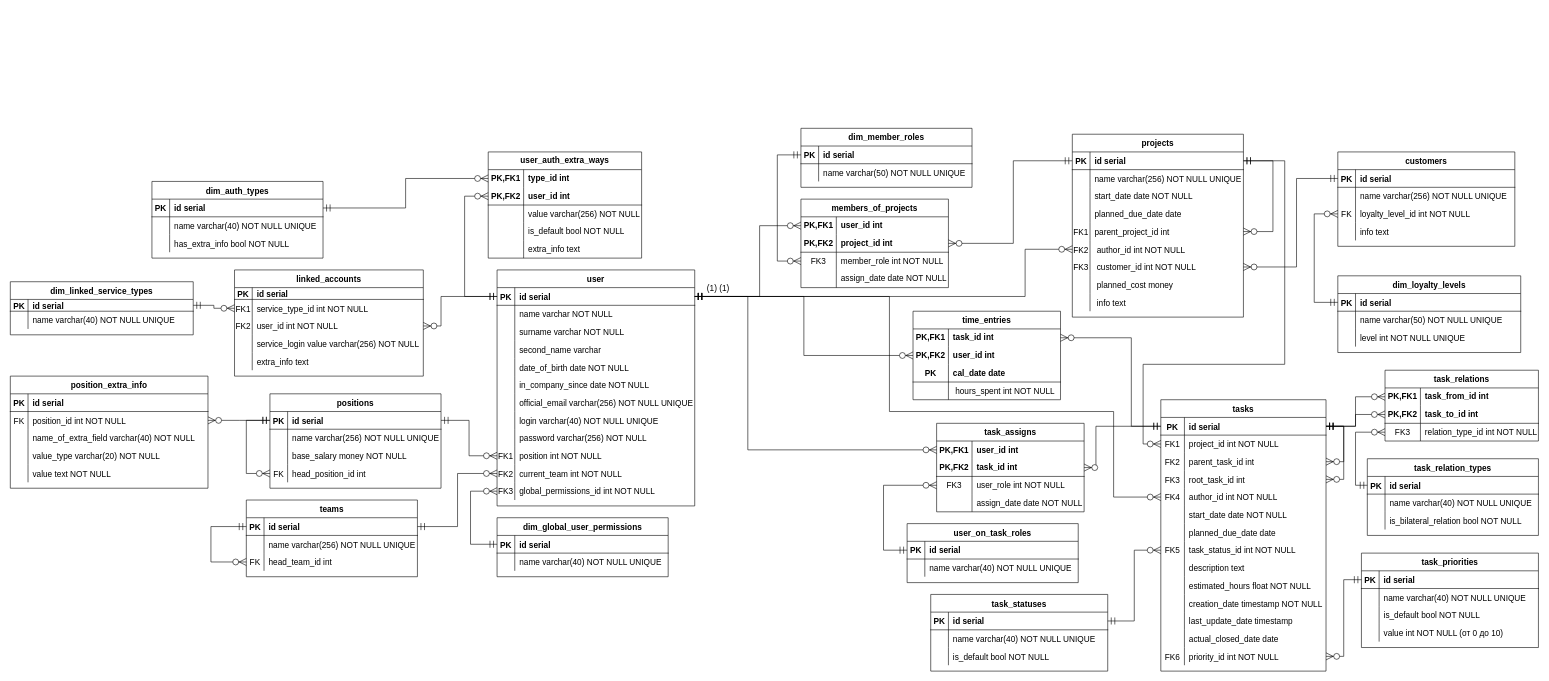
Before: Untitled Diagram.drawio in iREALLYhateGit/projecterDB, a draw.io diagram. Source tidied: cells renumbered, new cells numbered last; positions are measured from the earlier drawing's top-left corner, leaving out a move shared by most shapes. Both pictures are drawn from the tidied source at 59%, with x=0, y=0 at pixel (10, 128).
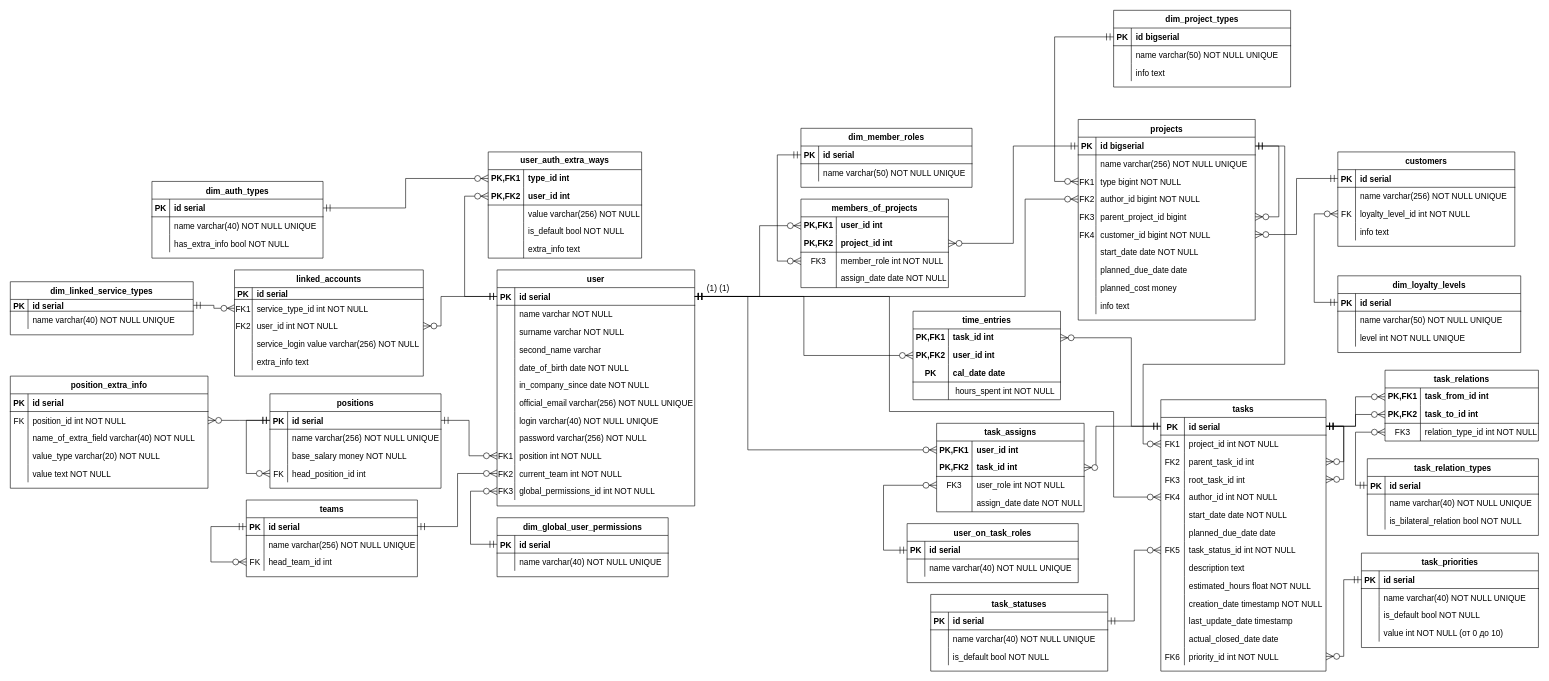
The same diagram, later.

The change refers to these unchanged cells:
```xml
<mxCell id="6" style="shape=partialRectangle;fillColor=none;points=[[0,0.5],[1,0.5]];portConstraint=eastwest;top=0;left=0;right=0;bottom=0;fontSize=14;" parent="2" vertex="1">
  <mxGeometry y="60" width="280" height="30" as="geometry" />
</mxCell>
```

Change to the diagram source:
```diff
@@
     <mxCell id="88" value="projects" style="shape=table;startSize=30;childLayout=tableLayout;rowLines=0;fontStyle=1;align=center;fontSize=14;" parent="1" vertex="1">
-      <mxGeometry x="1800" y="10" width="290" height="310" as="geometry" />
+      <mxGeometry x="1810" y="-15" width="300" height="340" as="geometry" />
     </mxCell>
     <mxCell id="89" style="shape=partialRectangle;fillColor=none;points=[[0,0.5],[1,0.5]];portConstraint=eastwest;top=0;left=0;right=0;bottom=1;fontSize=14;" parent="88" vertex="1">
-      <mxGeometry y="30" width="290" height="30" as="geometry" />
+      <mxGeometry y="30" width="300" height="30" as="geometry" />
     </mxCell>
@@
-    <mxCell id="91" value="id serial" style="shape=partialRectangle;overflow=hidden;fillColor=none;top=0;left=0;bottom=0;right=0;align=left;spacingLeft=6;fontStyle=1;fontSize=14;" parent="89" vertex="1">
-      <mxGeometry x="30" width="260" height="30" as="geometry" />
+    <mxCell id="91" value="id bigserial" style="shape=partialRectangle;overflow=hidden;fillColor=none;top=0;left=0;bottom=0;right=0;align=left;spacingLeft=6;fontStyle=1;fontSize=14;" parent="89" vertex="1">
+      <mxGeometry x="30" width="270" height="30" as="geometry" />
     </mxCell>
     <mxCell id="92" style="shape=partialRectangle;fillColor=none;top=0;left=0;right=0;bottom=0;fontSize=14;" parent="88" vertex="1">
-      <mxGeometry y="60" width="290" height="30" as="geometry" />
+      <mxGeometry y="60" width="300" height="30" as="geometry" />
     </mxCell>
@@
     <mxCell id="94" value="name varchar(256) NOT NULL UNIQUE" style="shape=partialRectangle;overflow=hidden;fillColor=none;top=0;left=0;bottom=0;right=0;align=left;spacingLeft=6;fontSize=14;" parent="92" vertex="1">
-      <mxGeometry x="30" width="260" height="30" as="geometry" />
+      <mxGeometry x="30" width="270" height="30" as="geometry" />
     </mxCell>
+    <mxCell id="356" style="shape=partialRectangle;fillColor=none;points=[[0,0.5],[1,0.5]];portConstraint=eastwest;top=0;left=0;right=0;bottom=0;fontSize=14;" parent="88" vertex="1">
+      <mxGeometry y="90" width="300" height="30" as="geometry" />
+    </mxCell>
+    <mxCell id="357" value="FK1" style="shape=partialRectangle;overflow=hidden;fillColor=none;top=0;left=0;bottom=0;right=0;fontSize=14;" parent="356" vertex="1">
+      <mxGeometry width="30" height="30" as="geometry" />
+    </mxCell>
+    <mxCell id="358" value="type bigint NOT NULL" style="shape=partialRectangle;overflow=hidden;fillColor=none;top=0;left=0;bottom=0;right=0;align=left;spacingLeft=6;fontSize=14;" parent="356" vertex="1">
+      <mxGeometry x="30" width="270" height="30" as="geometry" />
+    </mxCell>
+    <mxCell id="104" style="shape=partialRectangle;fillColor=none;points=[[0,0.5],[1,0.5]];portConstraint=eastwest;top=0;left=0;right=0;bottom=0;fontSize=14;" parent="88" vertex="1">
+      <mxGeometry y="120" width="300" height="30" as="geometry" />
+    </mxCell>
+    <mxCell id="105" value="FK2" style="shape=partialRectangle;overflow=hidden;fillColor=none;top=0;left=0;bottom=0;right=0;fontSize=14;" parent="104" vertex="1">
+      <mxGeometry width="30" height="30" as="geometry" />
+    </mxCell>
+    <mxCell id="106" value="author_id bigint NOT NULL" style="shape=partialRectangle;overflow=hidden;fillColor=none;top=0;left=0;bottom=0;right=0;align=left;spacingLeft=6;fontSize=14;" parent="104" vertex="1">
+      <mxGeometry x="30" width="270" height="30" as="geometry" />
+    </mxCell>
+    <mxCell id="101" style="shape=partialRectangle;fillColor=none;points=[[0,0.5],[1,0.5]];portConstraint=eastwest;top=0;left=0;right=0;bottom=0;fontSize=14;" parent="88" vertex="1">
+      <mxGeometry y="150" width="300" height="30" as="geometry" />
+    </mxCell>
+    <mxCell id="102" value="FK3" style="shape=partialRectangle;overflow=hidden;fillColor=none;top=0;left=0;bottom=0;right=0;fontSize=14;" parent="101" vertex="1">
+      <mxGeometry width="30" height="30" as="geometry" />
+    </mxCell>
+    <mxCell id="103" value="parent_project_id bigint" style="shape=partialRectangle;overflow=hidden;fillColor=none;top=0;left=0;bottom=0;right=0;align=left;spacingLeft=6;fontSize=14;" parent="101" vertex="1">
+      <mxGeometry x="30" width="270" height="30" as="geometry" />
+    </mxCell>
+    <mxCell id="107" style="shape=partialRectangle;fillColor=none;points=[[0,0.5],[1,0.5]];portConstraint=eastwest;top=0;left=0;right=0;bottom=0;fontSize=14;" parent="88" vertex="1">
+      <mxGeometry y="180" width="300" height="30" as="geometry" />
+    </mxCell>
+    <mxCell id="108" value="FK4" style="shape=partialRectangle;overflow=hidden;fillColor=none;top=0;left=0;bottom=0;right=0;fontSize=14;" parent="107" vertex="1">
+      <mxGeometry width="30" height="30" as="geometry" />
+    </mxCell>
+    <mxCell id="109" value="customer_id bigint NOT NULL" style="shape=partialRectangle;overflow=hidden;fillColor=none;top=0;left=0;bottom=0;right=0;align=left;spacingLeft=6;fontSize=14;" parent="107" vertex="1">
+      <mxGeometry x="30" width="270" height="30" as="geometry" />
+    </mxCell>
     <mxCell id="95" style="shape=partialRectangle;fillColor=none;top=0;left=0;right=0;bottom=0;fontSize=14;" parent="88" vertex="1">
-      <mxGeometry y="90" width="290" height="30" as="geometry" />
+      <mxGeometry y="210" width="300" height="30" as="geometry" />
     </mxCell>
@@
     <mxCell id="97" value="start_date date NOT NULL" style="shape=partialRectangle;overflow=hidden;fillColor=none;top=0;left=0;bottom=0;right=0;align=left;spacingLeft=6;fontSize=14;" parent="95" vertex="1">
-      <mxGeometry x="30" width="260" height="30" as="geometry" />
+      <mxGeometry x="30" width="270" height="30" as="geometry" />
     </mxCell>
     <mxCell id="98" style="shape=partialRectangle;fillColor=none;top=0;left=0;right=0;bottom=0;fontSize=14;" parent="88" vertex="1">
-      <mxGeometry y="120" width="290" height="30" as="geometry" />
+      <mxGeometry y="240" width="300" height="30" as="geometry" />
     </mxCell>
@@
     <mxCell id="100" value="planned_due_date date" style="shape=partialRectangle;overflow=hidden;fillColor=none;top=0;left=0;bottom=0;right=0;align=left;spacingLeft=6;fontSize=14;" parent="98" vertex="1">
-      <mxGeometry x="30" width="260" height="30" as="geometry" />
+      <mxGeometry x="30" width="270" height="30" as="geometry" />
     </mxCell>
-    <mxCell id="101" style="shape=partialRectangle;fillColor=none;points=[[0,0.5],[1,0.5]];portConstraint=eastwest;top=0;left=0;right=0;bottom=0;fontSize=14;" parent="88" vertex="1">
-      <mxGeometry y="150" width="290" height="30" as="geometry" />
-    </mxCell>
-    <mxCell id="102" value="FK1" style="shape=partialRectangle;overflow=hidden;fillColor=none;top=0;left=0;bottom=0;right=0;fontSize=14;" parent="101" vertex="1">
-      <mxGeometry width="30" height="30" as="geometry" />
-    </mxCell>
-    <mxCell id="103" value="parent_project_id int" style="shape=partialRectangle;overflow=hidden;fillColor=none;top=0;left=0;bottom=0;right=0;align=left;spacingLeft=6;fontSize=14;" parent="101" vertex="1">
-      <mxGeometry x="30" width="260" height="30" as="geometry" />
-    </mxCell>
-    <mxCell id="104" style="shape=partialRectangle;fillColor=none;points=[[0,0.5],[1,0.5]];portConstraint=eastwest;top=0;left=0;right=0;bottom=0;fontSize=14;" parent="88" vertex="1">
-      <mxGeometry y="180" width="290" height="30" as="geometry" />
-    </mxCell>
-    <mxCell id="105" value="FK2" style="shape=partialRectangle;overflow=hidden;fillColor=none;top=0;left=0;bottom=0;right=0;fontSize=14;" parent="104" vertex="1">
-      <mxGeometry width="30" height="30" as="geometry" />
-    </mxCell>
-    <mxCell id="106" value=" author_id int NOT NULL" style="shape=partialRectangle;overflow=hidden;fillColor=none;top=0;left=0;bottom=0;right=0;align=left;spacingLeft=6;fontSize=14;" parent="104" vertex="1">
-      <mxGeometry x="30" width="260" height="30" as="geometry" />
-    </mxCell>
-    <mxCell id="107" style="shape=partialRectangle;fillColor=none;points=[[0,0.5],[1,0.5]];portConstraint=eastwest;top=0;left=0;right=0;bottom=0;fontSize=14;" parent="88" vertex="1">
-      <mxGeometry y="210" width="290" height="30" as="geometry" />
-    </mxCell>
-    <mxCell id="108" value="FK3" style="shape=partialRectangle;overflow=hidden;fillColor=none;top=0;left=0;bottom=0;right=0;fontSize=14;" parent="107" vertex="1">
-      <mxGeometry width="30" height="30" as="geometry" />
-    </mxCell>
-    <mxCell id="109" value=" customer_id int NOT NULL" style="shape=partialRectangle;overflow=hidden;fillColor=none;top=0;left=0;bottom=0;right=0;align=left;spacingLeft=6;fontSize=14;" parent="107" vertex="1">
-      <mxGeometry x="30" width="260" height="30" as="geometry" />
-    </mxCell>
     <mxCell id="110" style="shape=partialRectangle;fillColor=none;top=0;left=0;right=0;bottom=0;fontSize=14;" parent="88" vertex="1">
-      <mxGeometry y="240" width="290" height="30" as="geometry" />
+      <mxGeometry y="270" width="300" height="30" as="geometry" />
     </mxCell>
@@
-    <mxCell id="112" value=" planned_cost money" style="shape=partialRectangle;overflow=hidden;fillColor=none;top=0;left=0;bottom=0;right=0;align=left;spacingLeft=6;fontSize=14;" parent="110" vertex="1">
-      <mxGeometry x="30" width="260" height="30" as="geometry" />
+    <mxCell id="112" value="planned_cost money" style="shape=partialRectangle;overflow=hidden;fillColor=none;top=0;left=0;bottom=0;right=0;align=left;spacingLeft=6;fontSize=14;" parent="110" vertex="1">
+      <mxGeometry x="30" width="270" height="30" as="geometry" />
     </mxCell>
     <mxCell id="113" style="shape=partialRectangle;fillColor=none;top=0;left=0;right=0;bottom=0;fontSize=14;" parent="88" vertex="1">
-      <mxGeometry y="270" width="290" height="30" as="geometry" />
+      <mxGeometry y="300" width="300" height="30" as="geometry" />
     </mxCell>
@@
-    <mxCell id="115" value=" info text" style="shape=partialRectangle;overflow=hidden;fillColor=none;top=0;left=0;bottom=0;right=0;align=left;spacingLeft=6;fontSize=14;" parent="113" vertex="1">
-      <mxGeometry x="30" width="260" height="30" as="geometry" />
+    <mxCell id="115" value="info text" style="shape=partialRectangle;overflow=hidden;fillColor=none;top=0;left=0;bottom=0;right=0;align=left;spacingLeft=6;fontSize=14;" parent="113" vertex="1">
+      <mxGeometry x="30" width="270" height="30" as="geometry" />
     </mxCell>
@@
     <mxCell id="334" style="edgeStyle=orthogonalEdgeStyle;fontSize=14;html=1;endArrow=ERzeroToMany;startArrow=ERmandOne;rounded=0;endSize=10;startSize=10;entryX=0;entryY=0.5;entryDx=0;entryDy=0;exitX=1;exitY=0.5;exitDx=0;exitDy=0;elbow=vertical;" parent="1" edge="1" source="89" target="6">
       <mxGeometry relative="1" as="geometry">
         <Array as="points">
-          <mxPoint x="2160" y="55" />
+          <mxPoint x="2160" y="30" />
           <mxPoint x="2160" y="400" />
           <mxPoint x="1920" y="400" />
           <mxPoint x="1920" y="535" />
         </Array>
       </mxGeometry>
     </mxCell>
@@
+    <mxCell id="359" value="dim_project_types" style="shape=table;startSize=30;childLayout=tableLayout;rowLines=0;fontStyle=1;align=center;fontSize=14;" parent="1" vertex="1">
+      <mxGeometry x="1870" y="-200" width="300" height="130" as="geometry" />
+    </mxCell>
+    <mxCell id="360" style="shape=partialRectangle;fillColor=none;points=[[0,0.5],[1,0.5]];portConstraint=eastwest;top=0;left=0;right=0;bottom=1;fontSize=14;" parent="359" vertex="1">
+      <mxGeometry y="30" width="300" height="30" as="geometry" />
+    </mxCell>
+    <mxCell id="361" value="PK" style="shape=partialRectangle;overflow=hidden;fillColor=none;top=0;left=0;bottom=0;right=0;fontStyle=1;fontSize=14;" parent="360" vertex="1">
+      <mxGeometry width="30" height="30" as="geometry" />
+    </mxCell>
+    <mxCell id="362" value="id bigserial" style="shape=partialRectangle;overflow=hidden;fillColor=none;top=0;left=0;bottom=0;right=0;align=left;spacingLeft=6;fontStyle=1;fontSize=14;" parent="360" vertex="1">
+      <mxGeometry x="30" width="270" height="30" as="geometry" />
+    </mxCell>
+    <mxCell id="363" style="shape=partialRectangle;fillColor=none;top=0;left=0;right=0;bottom=0;fontSize=14;" parent="359" vertex="1">
+      <mxGeometry y="60" width="300" height="30" as="geometry" />
+    </mxCell>
+    <mxCell id="364" style="shape=partialRectangle;overflow=hidden;fillColor=none;top=0;left=0;bottom=0;right=0;fontSize=14;" parent="363" vertex="1">
+      <mxGeometry width="30" height="30" as="geometry" />
+    </mxCell>
+    <mxCell id="365" value="name varchar(50) NOT NULL UNIQUE" style="shape=partialRectangle;overflow=hidden;fillColor=none;top=0;left=0;bottom=0;right=0;align=left;spacingLeft=6;fontSize=14;" parent="363" vertex="1">
+      <mxGeometry x="30" width="270" height="30" as="geometry" />
+    </mxCell>
+    <mxCell id="366" style="shape=partialRectangle;fillColor=none;top=0;left=0;right=0;bottom=0;fontSize=14;" parent="359" vertex="1">
+      <mxGeometry y="90" width="300" height="30" as="geometry" />
+    </mxCell>
+    <mxCell id="367" style="shape=partialRectangle;overflow=hidden;fillColor=none;top=0;left=0;bottom=0;right=0;fontSize=14;" parent="366" vertex="1">
+      <mxGeometry width="30" height="30" as="geometry" />
+    </mxCell>
+    <mxCell id="368" value="info text" style="shape=partialRectangle;overflow=hidden;fillColor=none;top=0;left=0;bottom=0;right=0;align=left;spacingLeft=6;fontSize=14;" parent="366" vertex="1">
+      <mxGeometry x="30" width="270" height="30" as="geometry" />
+    </mxCell>
+    <mxCell id="369" style="edgeStyle=elbowEdgeStyle;fontSize=12;html=1;endArrow=ERzeroToMany;startArrow=ERmandOne;rounded=0;endSize=10;startSize=10;entryX=0;entryY=0.5;entryDx=0;entryDy=0;exitX=0;exitY=0.5;exitDx=0;exitDy=0;" parent="1" edge="1" source="360" target="356">
+      <mxGeometry relative="1" as="geometry">
+        <Array as="points">
+          <mxPoint x="1770" y="-40" />
+        </Array>
+      </mxGeometry>
+    </mxCell>
```
